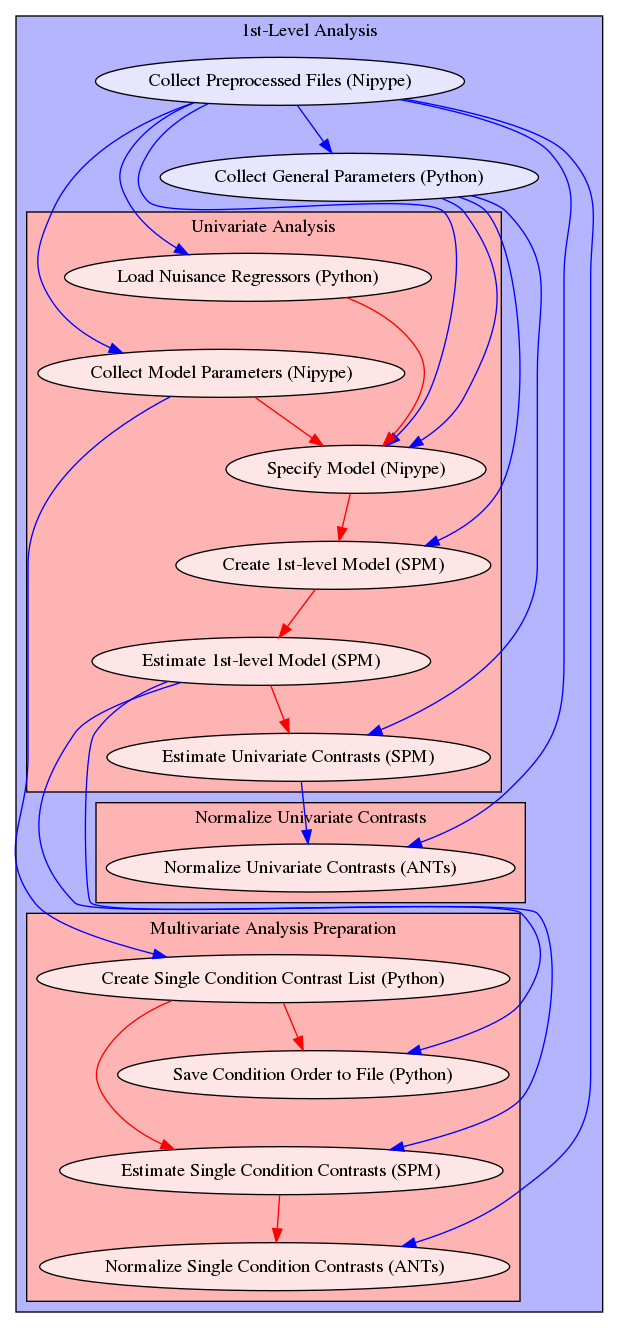
This is static/analysis_1st.png from miykael/fmriflows, a Graphviz export, as it was before one commit. Its source is kept beside it as static/analysis_1st.dot. Source of this version:
```dot
digraph analysis_first{
  subgraph cluster_analysis_first {
      edge [color="#0000FF"];
      style=filled;
      fillcolor="#B4B4FF";
      label="1st-Level Analysis";
    get_param[label="Collect General Parameters (Python)", style=filled, fillcolor="#E6E6FF"];
    collect_files[label="Collect Preprocessed Files (Nipype)", style=filled, fillcolor="#E6E6FF"];
    subgraph cluster_analysisflow_univariate {
            edge [color="#FF0000"];
            style=filled;
            fillcolor="#FFB4B4";
            label="Univariate Analysis";
        nuisance_reg[label="Load Nuisance Regressors (Python)", style=filled, fillcolor="#FFE6E6"];
        get_model_param[label="Collect Model Parameters (Nipype)", style=filled, fillcolor="#FFE6E6"];
        model_spec[label="Specify Model (Nipype)", style=filled, fillcolor="#FFE6E6"];
        level1_design[label="Create 1st-level Model (SPM)", style=filled, fillcolor="#FFE6E6"];
        level1_est[label="Estimate 1st-level Model (SPM)", style=filled, fillcolor="#FFE6E6"];
        level1_conest_uni[label="Estimate Univariate Contrasts (SPM)", style=filled, fillcolor="#FFE6E6"];
        nuisance_reg -> model_spec;
        get_model_param -> model_spec;
        model_spec -> level1_design;
        level1_design -> level1_est;
        level1_est -> level1_conest_uni;
    }
    subgraph cluster_analysisflow_normalize {
            edge [color="#FF0000"];
            style=filled;
            fillcolor="#FFB4B4";
            label="Normalize Univariate Contrasts";
        normalize_uni[label="Normalize Univariate Contrasts (ANTs)", style=filled, fillcolor="#FFE6E6"];
    }    subgraph cluster_analysisflow_multivariate {
            edge [color="#FF0000"];
            style=filled;
            fillcolor="#FFB4B4";
            label="Multivariate Analysis Preparation";
        comp_con_per_run[label="Create Single Condition Contrast List (Python)", style=filled, fillcolor="#FFE6E6"];
        write_labels_run[label="Save Condition Order to File (Python)", style=filled, fillcolor="#FFE6E6"];
        level1_conest_multi[label="Estimate Single Condition Contrasts (SPM)", style=filled, fillcolor="#FFE6E6"];
        normalize_multi[label="Normalize Single Condition Contrasts (ANTs)", style=filled, fillcolor="#FFE6E6"];
        comp_con_per_run -> write_labels_run;
        comp_con_per_run -> level1_conest_multi;
        level1_conest_multi -> normalize_multi;
    }
    get_param -> nuisance_reg [color="#00000000"];
    nuisance_reg -> get_model_param [color="#00000000"];
    normalize_uni -> comp_con_per_run [color="#00000000"];
    write_labels_run -> level1_conest_multi [color="#00000000"];
    collect_files -> get_param;
    collect_files -> nuisance_reg;
    collect_files -> get_model_param;
    collect_files -> model_spec;
    collect_files -> normalize_uni;
    collect_files -> normalize_multi;
    get_param -> model_spec;
    get_param -> level1_design;
    get_param -> level1_conest_uni;
    get_model_param -> comp_con_per_run;
    level1_conest_uni -> normalize_uni;
    level1_est -> level1_conest_multi;
    level1_est -> write_labels_run;
  }
}
```
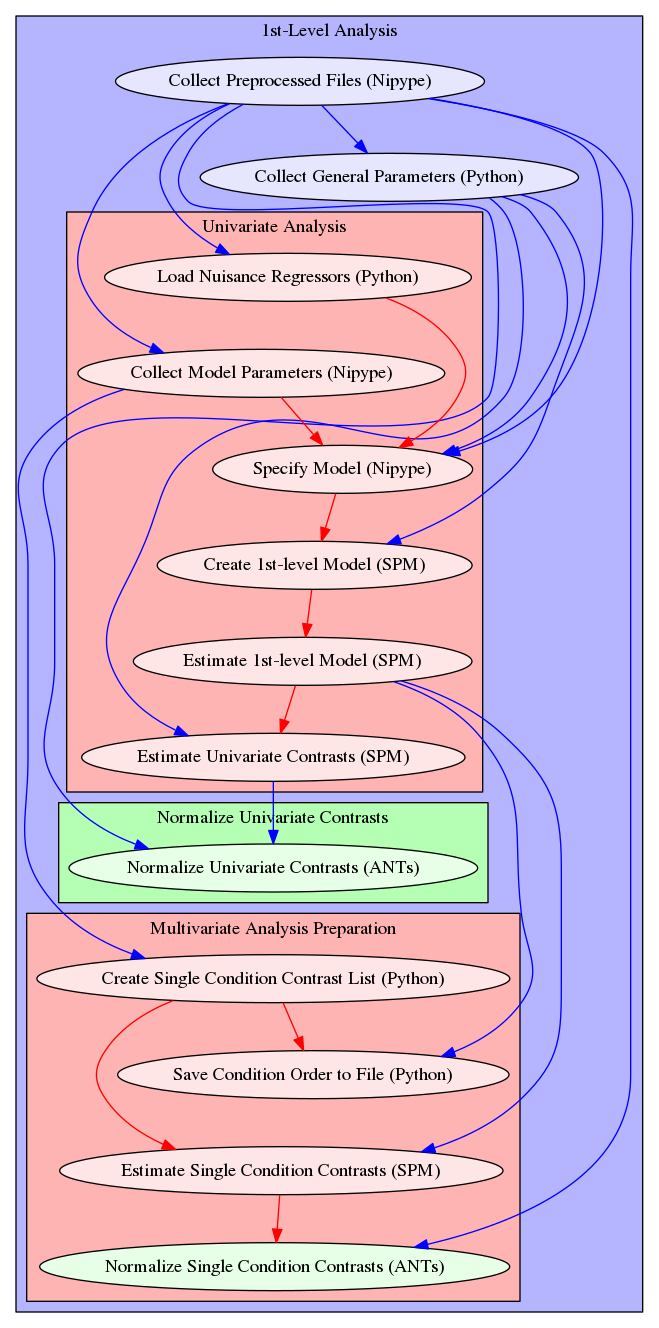
After the change.

Commit message:
ENH: update overview figures

The edit, as a diff of the source:
```diff
@@ -26,9 +26,9 @@
     subgraph cluster_analysisflow_normalize {
             edge [color="#FF0000"];
             style=filled;
-            fillcolor="#FFB4B4";
+            fillcolor="#B4FFB4";
             label="Normalize Univariate Contrasts";
-        normalize_uni[label="Normalize Univariate Contrasts (ANTs)", style=filled, fillcolor="#FFE6E6"];
+        normalize_uni[label="Normalize Univariate Contrasts (ANTs)", style=filled, fillcolor="#E6FFE6"];
     }    subgraph cluster_analysisflow_multivariate {
             edge [color="#FF0000"];
             style=filled;
@@ -37,7 +37,7 @@
         comp_con_per_run[label="Create Single Condition Contrast List (Python)", style=filled, fillcolor="#FFE6E6"];
         write_labels_run[label="Save Condition Order to File (Python)", style=filled, fillcolor="#FFE6E6"];
         level1_conest_multi[label="Estimate Single Condition Contrasts (SPM)", style=filled, fillcolor="#FFE6E6"];
-        normalize_multi[label="Normalize Single Condition Contrasts (ANTs)", style=filled, fillcolor="#FFE6E6"];
+        normalize_multi[label="Normalize Single Condition Contrasts (ANTs)", style=filled, fillcolor="#E6FFE6"];
         comp_con_per_run -> write_labels_run;
         comp_con_per_run -> level1_conest_multi;
         level1_conest_multi -> normalize_multi;
```
